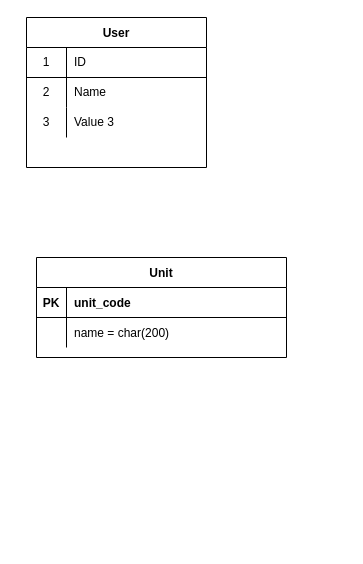
Above: schema.drawio in illegalbyte/uniplan (draw.io), before the change. Source tidied: cells renumbered, new cells numbered last; positions are measured from the earlier drawing's top-left corner, leaving out a move shared by most shapes. Both pictures are drawn from the tidied source at 100%, with x=0, y=0 at pixel (26, 17).
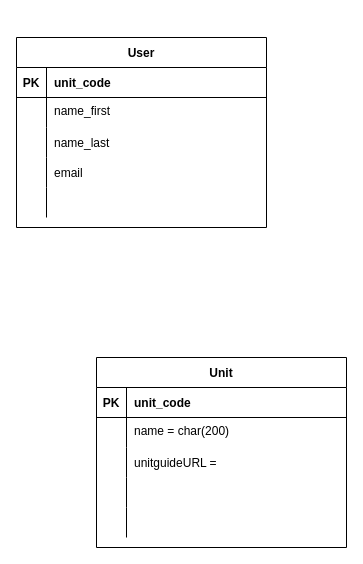
After the change.

Unchanged cells that the change refers to:
```xml
<mxCell id="6" style="shape=partialRectangle;fillColor=none;top=0;left=0;right=0;bottom=0;" parent="2" vertex="1">
  <mxGeometry y="60" width="250" height="30" as="geometry" />
</mxCell>
```

Diff of the diagram source:
```diff
@@
     <mxCell id="2" value="Unit" style="shape=table;startSize=30;childLayout=tableLayout;rowLines=0;fontStyle=1;align=center;" parent="1" vertex="1">
-      <mxGeometry x="10" y="240" width="250" height="100" as="geometry" />
+      <mxGeometry x="70" y="340" width="250" height="190" as="geometry" />
     </mxCell>
@@
-    <mxCell id="8" value="name = char(200)" style="shape=partialRectangle;overflow=hidden;fillColor=none;top=0;left=0;bottom=0;right=0;align=left;spacingLeft=6;" parent="6" vertex="1">
+    <mxCell id="8" value="name = char(200)&#10;" style="shape=partialRectangle;overflow=hidden;fillColor=none;top=0;left=0;bottom=0;right=0;align=left;spacingLeft=6;verticalAlign=top;" parent="6" vertex="1">
       <mxGeometry x="30" width="220" height="30" as="geometry" />
     </mxCell>
+    <mxCell id="19" style="shape=partialRectangle;fillColor=none;top=0;left=0;right=0;bottom=0;" parent="2" vertex="1">
+      <mxGeometry y="90" width="250" height="30" as="geometry" />
+    </mxCell>
+    <mxCell id="20" style="shape=partialRectangle;overflow=hidden;fillColor=none;top=0;left=0;bottom=0;right=0;" parent="19" vertex="1">
+      <mxGeometry width="30" height="30" as="geometry" />
+    </mxCell>
+    <mxCell id="21" value="unitguideURL = " style="shape=partialRectangle;overflow=hidden;fillColor=none;top=0;left=0;bottom=0;right=0;align=left;spacingLeft=6;" parent="19" vertex="1">
+      <mxGeometry x="30" width="220" height="30" as="geometry" />
+    </mxCell>
+    <mxCell id="22" style="shape=partialRectangle;fillColor=none;top=0;left=0;right=0;bottom=0;" parent="2" vertex="1">
+      <mxGeometry y="120" width="250" height="30" as="geometry" />
+    </mxCell>
+    <mxCell id="23" style="shape=partialRectangle;overflow=hidden;fillColor=none;top=0;left=0;bottom=0;right=0;" parent="22" vertex="1">
+      <mxGeometry width="30" height="30" as="geometry" />
+    </mxCell>
+    <mxCell id="24" style="shape=partialRectangle;overflow=hidden;fillColor=none;top=0;left=0;bottom=0;right=0;align=left;spacingLeft=6;" parent="22" vertex="1">
+      <mxGeometry x="30" width="220" height="30" as="geometry" />
+    </mxCell>
+    <mxCell id="25" style="shape=partialRectangle;fillColor=none;top=0;left=0;right=0;bottom=0;" parent="2" vertex="1">
+      <mxGeometry y="150" width="250" height="30" as="geometry" />
+    </mxCell>
+    <mxCell id="26" style="shape=partialRectangle;overflow=hidden;fillColor=none;top=0;left=0;bottom=0;right=0;" parent="25" vertex="1">
+      <mxGeometry width="30" height="30" as="geometry" />
+    </mxCell>
+    <mxCell id="27" style="shape=partialRectangle;overflow=hidden;fillColor=none;top=0;left=0;bottom=0;right=0;align=left;spacingLeft=6;" parent="25" vertex="1">
+      <mxGeometry x="30" width="220" height="30" as="geometry" />
+    </mxCell>
     <mxCell id="9" value="User" style="shape=table;startSize=30;childLayout=tableLayout;rowLines=0;fontStyle=1;align=center;" parent="1" vertex="1">
-      <mxGeometry width="180" height="150" as="geometry" />
+      <mxGeometry x="-10" y="20" width="250" height="190" as="geometry" />
     </mxCell>
-    <mxCell id="10" style="shape=partialRectangle;html=1;whiteSpace=wrap;fillColor=none;top=0;left=0;bottom=1;right=0;" parent="9" vertex="1">
-      <mxGeometry y="30" width="180" height="30" as="geometry" />
-    </mxCell>
-    <mxCell id="11" value="1" style="shape=partialRectangle;html=1;whiteSpace=wrap;fillColor=none;top=0;left=0;bottom=0;right=0;overflow=hidden;" parent="10" vertex="1">
-      <mxGeometry width="40" height="30" as="geometry" />
-    </mxCell>
-    <mxCell id="12" value="ID" style="shape=partialRectangle;html=1;whiteSpace=wrap;fillColor=none;top=0;left=0;bottom=0;right=0;align=left;spacingLeft=6;overflow=hidden;" parent="10" vertex="1">
-      <mxGeometry x="40" width="140" height="30" as="geometry" />
-    </mxCell>
-    <mxCell id="13" style="shape=partialRectangle;html=1;whiteSpace=wrap;fillColor=none;top=0;left=0;bottom=0;right=0;" parent="9" vertex="1">
-      <mxGeometry y="60" width="180" height="30" as="geometry" />
-    </mxCell>
-    <mxCell id="14" value="2" style="shape=partialRectangle;html=1;whiteSpace=wrap;fillColor=none;top=0;left=0;bottom=0;right=0;overflow=hidden;" parent="13" vertex="1">
-      <mxGeometry width="40" height="30" as="geometry" />
-    </mxCell>
-    <mxCell id="15" value="Name" style="shape=partialRectangle;html=1;whiteSpace=wrap;fillColor=none;top=0;left=0;bottom=0;right=0;align=left;spacingLeft=6;overflow=hidden;" parent="13" vertex="1">
-      <mxGeometry x="40" width="140" height="30" as="geometry" />
-    </mxCell>
-    <mxCell id="16" style="shape=partialRectangle;html=1;whiteSpace=wrap;fillColor=none;top=0;left=0;bottom=0;right=0;" parent="9" vertex="1">
-      <mxGeometry y="90" width="180" height="30" as="geometry" />
-    </mxCell>
-    <mxCell id="17" value="3" style="shape=partialRectangle;html=1;whiteSpace=wrap;fillColor=none;top=0;left=0;bottom=0;right=0;overflow=hidden;" parent="16" vertex="1">
-      <mxGeometry width="40" height="30" as="geometry" />
-    </mxCell>
-    <mxCell id="18" value="Value 3" style="shape=partialRectangle;html=1;whiteSpace=wrap;fillColor=none;top=0;left=0;bottom=0;right=0;align=left;spacingLeft=6;overflow=hidden;" parent="16" vertex="1">
-      <mxGeometry x="40" width="140" height="30" as="geometry" />
-    </mxCell>
+    <mxCell id="28" style="shape=partialRectangle;fillColor=none;top=0;left=0;right=0;bottom=1;" parent="9" vertex="1">
+      <mxGeometry y="30" width="250" height="30" as="geometry" />
+    </mxCell>
+    <mxCell id="29" value="PK" style="shape=partialRectangle;overflow=hidden;fillColor=none;top=0;left=0;bottom=0;right=0;fontStyle=1;" parent="28" vertex="1">
+      <mxGeometry width="30" height="30" as="geometry" />
+    </mxCell>
+    <mxCell id="30" value="unit_code" style="shape=partialRectangle;overflow=hidden;fillColor=none;top=0;left=0;bottom=0;right=0;align=left;spacingLeft=6;fontStyle=1;" parent="28" vertex="1">
+      <mxGeometry x="30" width="220" height="30" as="geometry" />
+    </mxCell>
+    <mxCell id="31" style="shape=partialRectangle;fillColor=none;top=0;left=0;right=0;bottom=0;" parent="9" vertex="1">
+      <mxGeometry y="60" width="250" height="30" as="geometry" />
+    </mxCell>
+    <mxCell id="32" style="shape=partialRectangle;overflow=hidden;fillColor=none;top=0;left=0;bottom=0;right=0;" parent="31" vertex="1">
+      <mxGeometry width="30" height="30" as="geometry" />
+    </mxCell>
+    <mxCell id="33" value="name_first" style="shape=partialRectangle;overflow=hidden;fillColor=none;top=0;left=0;bottom=0;right=0;align=left;spacingLeft=6;verticalAlign=top;" parent="31" vertex="1">
+      <mxGeometry x="30" width="220" height="30" as="geometry" />
+    </mxCell>
+    <mxCell id="34" style="shape=partialRectangle;fillColor=none;top=0;left=0;right=0;bottom=0;" parent="9" vertex="1">
+      <mxGeometry y="90" width="250" height="30" as="geometry" />
+    </mxCell>
+    <mxCell id="35" style="shape=partialRectangle;overflow=hidden;fillColor=none;top=0;left=0;bottom=0;right=0;" parent="34" vertex="1">
+      <mxGeometry width="30" height="30" as="geometry" />
+    </mxCell>
+    <mxCell id="36" value="name_last" style="shape=partialRectangle;overflow=hidden;fillColor=none;top=0;left=0;bottom=0;right=0;align=left;spacingLeft=6;" parent="34" vertex="1">
+      <mxGeometry x="30" width="220" height="30" as="geometry" />
+    </mxCell>
+    <mxCell id="37" style="shape=partialRectangle;fillColor=none;top=0;left=0;right=0;bottom=0;" parent="9" vertex="1">
+      <mxGeometry y="120" width="250" height="30" as="geometry" />
+    </mxCell>
+    <mxCell id="38" style="shape=partialRectangle;overflow=hidden;fillColor=none;top=0;left=0;bottom=0;right=0;" parent="37" vertex="1">
+      <mxGeometry width="30" height="30" as="geometry" />
+    </mxCell>
+    <mxCell id="39" value="email" style="shape=partialRectangle;overflow=hidden;fillColor=none;top=0;left=0;bottom=0;right=0;align=left;spacingLeft=6;" parent="37" vertex="1">
+      <mxGeometry x="30" width="220" height="30" as="geometry" />
+    </mxCell>
+    <mxCell id="40" style="shape=partialRectangle;fillColor=none;top=0;left=0;right=0;bottom=0;" parent="9" vertex="1">
+      <mxGeometry y="150" width="250" height="30" as="geometry" />
+    </mxCell>
+    <mxCell id="41" style="shape=partialRectangle;overflow=hidden;fillColor=none;top=0;left=0;bottom=0;right=0;" parent="40" vertex="1">
+      <mxGeometry width="30" height="30" as="geometry" />
+    </mxCell>
+    <mxCell id="42" style="shape=partialRectangle;overflow=hidden;fillColor=none;top=0;left=0;bottom=0;right=0;align=left;spacingLeft=6;" parent="40" vertex="1">
+      <mxGeometry x="30" width="220" height="30" as="geometry" />
+    </mxCell>
```
